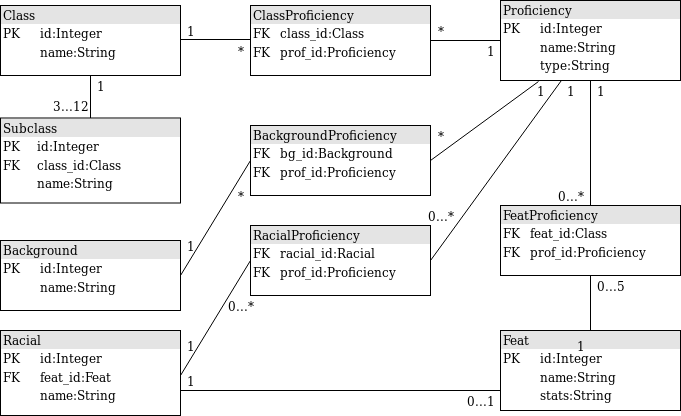
The draw.io diagram dokumentointi/tietokantakaavio.png in Fumblessi/ot-harjoitustyo, before a commit. Source tidied: cells renumbered, new cells last; positions are measured from the earlier drawing's top-left corner, leaving out a move shared by most shapes.
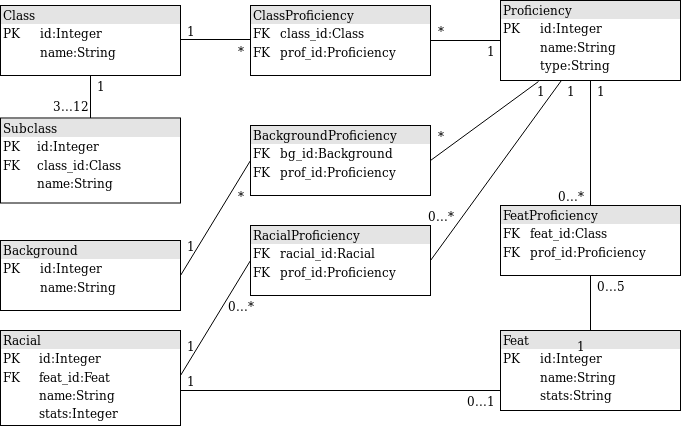
Later version of the same file.

Commit message:
tietokantakaavion pikkupaivitys

Diff of the diagram source:
```diff
@@ -129,8 +129,8 @@
     <mxCell id="40" value="0...1" style="text;html=1;strokeColor=none;fillColor=none;align=center;verticalAlign=middle;whiteSpace=wrap;rounded=0;" parent="1" vertex="1">
       <mxGeometry x="460" y="390" width="40" height="20" as="geometry" />
     </mxCell>
-    <mxCell id="41" value="&lt;div style=&quot;box-sizing: border-box ; width: 100% ; background: #e4e4e4 ; padding: 2px&quot;&gt;Racial&lt;/div&gt;&lt;table style=&quot;width: 100% ; font-size: 1em&quot; cellspacing=&quot;0&quot; cellpadding=&quot;2&quot;&gt;&lt;tbody&gt;&lt;tr&gt;&lt;td&gt;PK&lt;/td&gt;&lt;td&gt;id:Integer&lt;br&gt;&lt;/td&gt;&lt;/tr&gt;&lt;tr&gt;&lt;td&gt;FK&lt;/td&gt;&lt;td&gt;feat_id:Feat&lt;br&gt;&lt;/td&gt;&lt;/tr&gt;&lt;tr&gt;&lt;td&gt;&lt;br&gt;&lt;/td&gt;&lt;td&gt;name:String&lt;br&gt;&lt;/td&gt;&lt;/tr&gt;&lt;/tbody&gt;&lt;/table&gt;" style="verticalAlign=top;align=left;overflow=fill;html=1;" parent="1" vertex="1">
-      <mxGeometry y="330" width="180" height="85" as="geometry" />
+    <mxCell id="41" value="&lt;div style=&quot;box-sizing: border-box ; width: 100% ; background: #e4e4e4 ; padding: 2px&quot;&gt;Racial&lt;/div&gt;&lt;table style=&quot;width: 100% ; font-size: 1em&quot; cellspacing=&quot;0&quot; cellpadding=&quot;2&quot;&gt;&lt;tbody&gt;&lt;tr&gt;&lt;td&gt;PK&lt;/td&gt;&lt;td&gt;id:Integer&lt;br&gt;&lt;/td&gt;&lt;/tr&gt;&lt;tr&gt;&lt;td&gt;FK&lt;/td&gt;&lt;td style=&quot;line-height: 120%&quot;&gt;feat_id:Feat&lt;br&gt;&lt;/td&gt;&lt;/tr&gt;&lt;tr&gt;&lt;td&gt;&lt;br&gt;&lt;/td&gt;&lt;td style=&quot;line-height: 120%&quot;&gt;name:String&lt;br&gt;&lt;/td&gt;&lt;/tr&gt;&lt;tr&gt;&lt;td&gt;&lt;br&gt;&lt;/td&gt;&lt;td&gt;stats:Integer&lt;/td&gt;&lt;/tr&gt;&lt;/tbody&gt;&lt;/table&gt;" style="verticalAlign=top;align=left;overflow=fill;html=1;" parent="1" vertex="1">
+      <mxGeometry y="330" width="180" height="95" as="geometry" />
     </mxCell>
   </root>
 </mxGraphModel>
```
